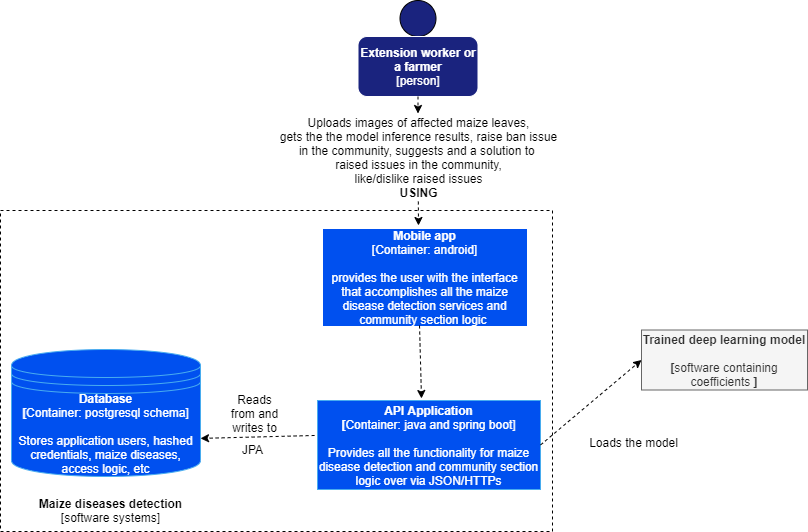
This is project images/container_diagram.png from ASIMWELA/maize-disease-detection-api, a draw.io export, as it was before one commit. Source tidied: cells renumbered, new cells last; positions are measured from the earlier drawing's top-left corner, leaving out a move shared by most shapes. Source of this version:
```xml
<mxGraphModel>
  <root>
    <mxCell id="0" />
    <mxCell id="1" parent="0" />
    <mxCell id="2" style="ellipse;whiteSpace=wrap;html=1;fillColor=#1A237E;" parent="1" vertex="1">
      <mxGeometry x="399.5" width="36" height="36" as="geometry" />
    </mxCell>
    <mxCell id="3" value="&lt;b&gt;Extension worker or a farmer&lt;/b&gt;&lt;br&gt;&lt;span&gt;[person]&lt;/span&gt;" style="rounded=1;whiteSpace=wrap;html=1;fillColor=#1A237E;strokeColor=#FFFFFF;fontColor=#FFFFFF;" parent="1" vertex="1">
      <mxGeometry x="357.5" y="36" width="120" height="60" as="geometry" />
    </mxCell>
    <mxCell id="4" value="&lt;span&gt;Uploads images of affected maize leaves,&lt;br&gt;&amp;nbsp;gets the the model inference results, raise ban issue &lt;br&gt;in the community, suggests and a solution to &lt;br&gt;raised issues in the community,&lt;br&gt;&amp;nbsp;like/dislike raised issues&amp;nbsp;&lt;br&gt;&lt;/span&gt;&lt;b&gt;USING&lt;/b&gt;" style="text;html=1;align=center;verticalAlign=middle;points=[];" parent="1" vertex="1">
      <mxGeometry x="272" y="113" width="291" height="88" as="geometry" />
    </mxCell>
    <mxCell id="5" value="&lt;b&gt;Mobile app&lt;br&gt;&lt;/b&gt;[Container: android]&lt;br&gt;&lt;br&gt;provides the user with the interface that accomplishes all the maize disease detection services and community section logic&amp;nbsp;" style="rounded=0;whiteSpace=wrap;html=1;fontColor=#FFFFFF;strokeColor=#0050EF;fillColor=#0050EF;" parent="1" vertex="1">
      <mxGeometry x="323" y="229" width="203" height="96" as="geometry" />
    </mxCell>
    <mxCell id="6" value="&lt;b&gt;API Application&lt;br&gt;[&lt;/b&gt;Container: java and spring boot]&lt;br&gt;&lt;br&gt;Provides all the functionality for maize disease detection and community section logic over via JSON/HTTPs" style="whiteSpace=wrap;html=1;fontColor=#FFFFFF;fillColor=#0050EF;strokeColor=#48ACEF;" parent="1" vertex="1">
      <mxGeometry x="317" y="400" width="223" height="89" as="geometry" />
    </mxCell>
    <mxCell id="7" value="&lt;b&gt;Database&lt;br&gt;[&lt;/b&gt;Container: postgresql schema]&lt;br&gt;&lt;br&gt;Stores application users, hashed credentials, maize diseases, access logic, etc" style="shape=datastore;whiteSpace=wrap;html=1;fillColor=#0050EF;fontColor=#FFFFFF;strokeColor=#48ACEF;" parent="1" vertex="1">
      <mxGeometry x="11" y="349" width="189" height="127" as="geometry" />
    </mxCell>
    <mxCell id="8" value="Reads&lt;br&gt;&amp;nbsp;from and &lt;br&gt;writes to" style="text;html=1;align=center;verticalAlign=middle;" parent="1" vertex="1">
      <mxGeometry x="223" y="389.5" width="61" height="46" as="geometry" />
    </mxCell>
    <mxCell id="9" value="JPA" style="text;html=1;align=center;verticalAlign=middle;" parent="1" vertex="1">
      <mxGeometry x="236" y="440" width="31" height="18" as="geometry" />
    </mxCell>
    <mxCell id="10" value="&lt;b&gt;Maize diseases detection&lt;/b&gt;&lt;br&gt;[software systems]" style="text;html=1;strokeColor=none;fillColor=none;align=center;verticalAlign=middle;whiteSpace=wrap;rounded=0;" parent="1" vertex="1">
      <mxGeometry x="14" y="500" width="193" height="20" as="geometry" />
    </mxCell>
    <mxCell id="11" style="endArrow=classic;html=1;exitX=-0.013;exitY=0.393;exitDx=0;exitDy=0;exitPerimeter=0;entryX=1;entryY=0.7;entryDx=0;entryDy=0;dashed=1;" parent="1" edge="1" source="6" target="7">
      <mxGeometry relative="1" as="geometry" />
    </mxCell>
    <mxCell id="12" style="endArrow=classic;html=1;dashed=1;exitX=0.473;exitY=1;exitDx=0;exitDy=0;exitPerimeter=0;" parent="1" edge="1" source="5">
      <mxGeometry relative="1" as="geometry">
        <mxPoint x="421" y="398" as="targetPoint" />
      </mxGeometry>
    </mxCell>
    <mxCell id="13" style="endArrow=classic;html=1;dashed=1;" parent="1" edge="1" source="4">
      <mxGeometry relative="1" as="geometry">
        <mxPoint x="418" y="225" as="targetPoint" />
      </mxGeometry>
    </mxCell>
    <mxCell id="14" style="endArrow=classic;html=1;dashed=1;exitX=0.5;exitY=1;exitDx=0;exitDy=0;" parent="1" edge="1" source="3" target="4">
      <mxGeometry relative="1" as="geometry" />
    </mxCell>
    <mxCell id="15" value="&lt;b&gt;Trained deep learning model&lt;br&gt;&lt;br&gt;[&lt;/b&gt;software containing coefficients&amp;nbsp;&lt;b&gt;]&lt;br&gt;&lt;/b&gt;" style="rounded=0;whiteSpace=wrap;html=1;fillColor=#f5f5f5;strokeColor=#666666;fontColor=#333333;" parent="1" vertex="1">
      <mxGeometry x="641" y="329.5" width="166" height="60" as="geometry" />
    </mxCell>
    <mxCell id="16" style="endArrow=classic;html=1;dashed=1;fontColor=#FFFFFF;exitX=1;exitY=0.5;exitDx=0;exitDy=0;entryX=0;entryY=0.5;entryDx=0;entryDy=0;" parent="1" edge="1" source="6" target="15">
      <mxGeometry relative="1" as="geometry" />
    </mxCell>
    <mxCell id="17" value="Loads the model" style="text;html=1;align=center;verticalAlign=middle;" parent="1" vertex="1">
      <mxGeometry x="583" y="433" width="99" height="18" as="geometry" />
    </mxCell>
    <mxCell id="18" style="rounded=0;whiteSpace=wrap;html=1;dashed=1;fontColor=#000000;fillColor=none;" parent="1" vertex="1">
      <mxGeometry y="210" width="552" height="321" as="geometry" />
    </mxCell>
  </root>
</mxGraphModel>
```
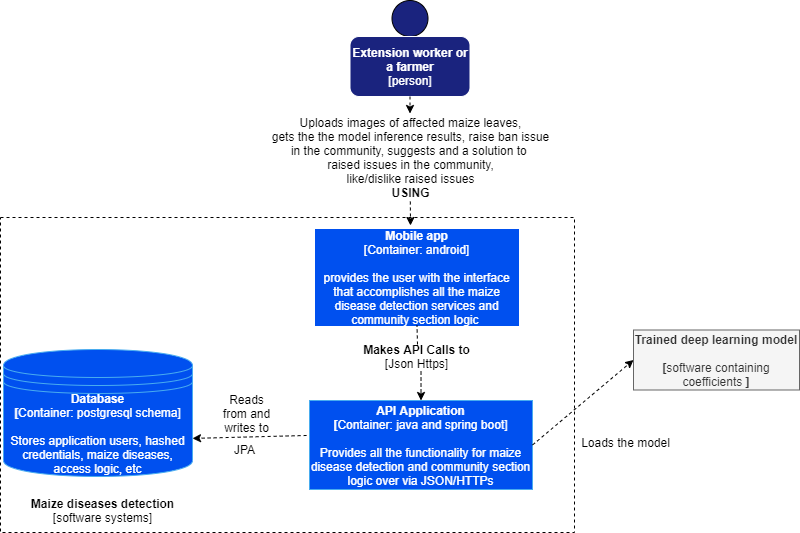
Above is the later version.

What changed in the source:
```diff
@@ -32,11 +32,6 @@
     <mxCell id="11" style="endArrow=classic;html=1;exitX=-0.013;exitY=0.393;exitDx=0;exitDy=0;exitPerimeter=0;entryX=1;entryY=0.7;entryDx=0;entryDy=0;dashed=1;" parent="1" edge="1" source="6" target="7">
       <mxGeometry relative="1" as="geometry" />
     </mxCell>
-    <mxCell id="12" style="endArrow=classic;html=1;dashed=1;exitX=0.473;exitY=1;exitDx=0;exitDy=0;exitPerimeter=0;" parent="1" edge="1" source="5">
-      <mxGeometry relative="1" as="geometry">
-        <mxPoint x="421" y="398" as="targetPoint" />
-      </mxGeometry>
-    </mxCell>
     <mxCell id="13" style="endArrow=classic;html=1;dashed=1;" parent="1" edge="1" source="4">
       <mxGeometry relative="1" as="geometry">
         <mxPoint x="418" y="225" as="targetPoint" />
@@ -54,8 +49,19 @@
     <mxCell id="17" value="Loads the model" style="text;html=1;align=center;verticalAlign=middle;" parent="1" vertex="1">
       <mxGeometry x="583" y="433" width="99" height="18" as="geometry" />
     </mxCell>
-    <mxCell id="18" style="rounded=0;whiteSpace=wrap;html=1;dashed=1;fontColor=#000000;fillColor=none;" parent="1" vertex="1">
-      <mxGeometry y="210" width="552" height="321" as="geometry" />
-    </mxCell>
+    <mxCell id="19" style="endArrow=none;dashed=1;html=1;entryX=0.5;entryY=1;entryDx=0;entryDy=0;" parent="1" edge="1" target="5">
+      <mxGeometry relative="1" as="geometry">
+        <mxPoint x="425" y="344" as="sourcePoint" />
+      </mxGeometry>
+    </mxCell>
+    <mxCell id="20" value="&lt;b&gt;Makes API Calls to&lt;/b&gt;&lt;br&gt;[Json Https]" style="text;html=1;align=center;verticalAlign=middle;points=[];" parent="1" vertex="1">
+      <mxGeometry x="366" y="340" width="116" height="32" as="geometry" />
+    </mxCell>
+    <mxCell id="21" style="endArrow=classic;html=1;entryX=0.5;entryY=0;entryDx=0;entryDy=0;exitX=0.539;exitY=0.969;exitDx=0;exitDy=0;exitPerimeter=0;dashed=1;" parent="1" edge="1" source="20" target="6">
+      <mxGeometry relative="1" as="geometry" />
+    </mxCell>
+    <mxCell id="22" style="rounded=0;whiteSpace=wrap;html=1;fillColor=none;dashed=1;" parent="1" vertex="1">
+      <mxGeometry x="8" y="217" width="574" height="315" as="geometry" />
+    </mxCell>
   </root>
 </mxGraphModel>
```
